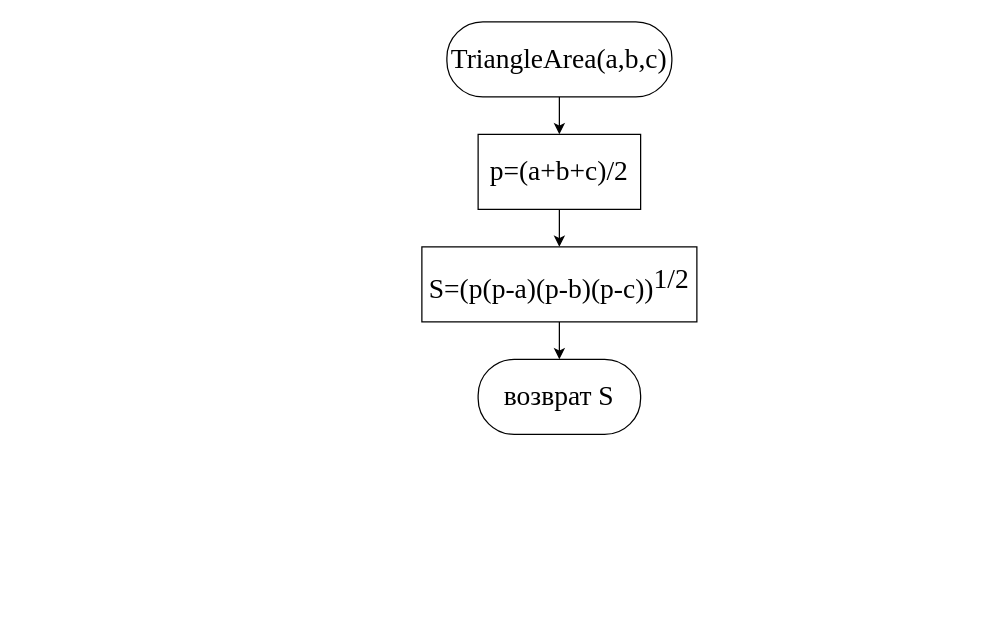
The draw.io diagram Функция.drawio in lenferer/draw.io, before the edit. Source tidied: cells renumbered, new cells numbered last; positions are measured from the earlier drawing's top-left corner, leaving out a move shared by most shapes. Both pictures are drawn from the tidied source at 125%, with x=0, y=0 at pixel (421, 21).
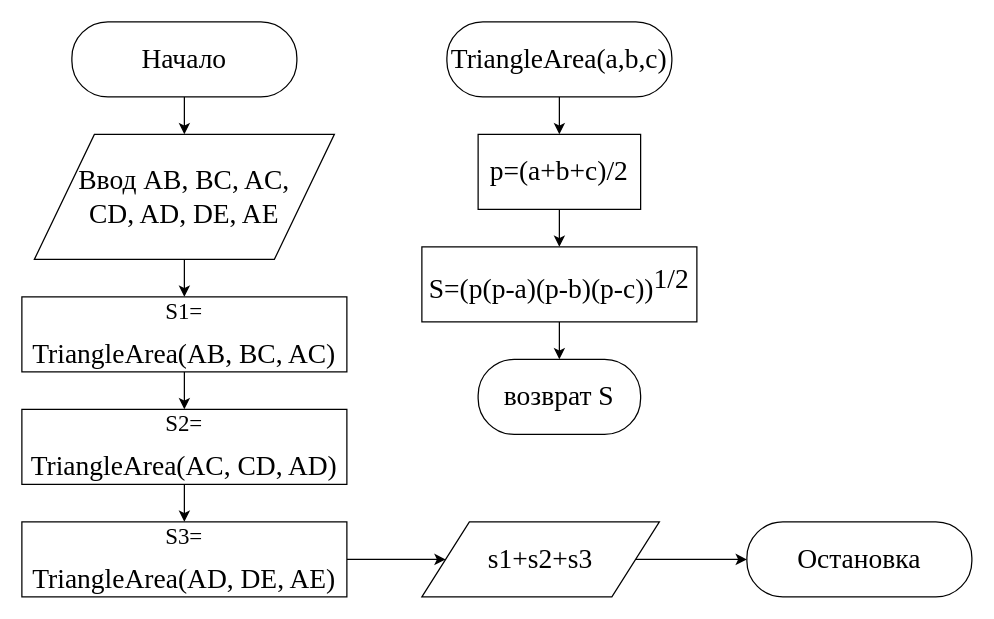
The same page after the edit.

Diff of the diagram source:
```diff
@@
+    <mxCell id="9" value="Остановка" style="rounded=1;whiteSpace=wrap;html=1;arcSize=48;fontFamily=Times New Roman;fontSize=22;" parent="1" vertex="1">
+      <mxGeometry x="260" y="400" width="180" height="60" as="geometry" />
+    </mxCell>
+    <mxCell id="10" style="edgeStyle=orthogonalEdgeStyle;rounded=0;jettySize=auto;html=1;exitX=0.5;exitY=1;exitDx=0;exitDy=0;entryX=0.5;entryY=0;entryDx=0;entryDy=0;fontFamily=Times New Roman;fontSize=22;" parent="1" edge="1" source="11" target="13">
+      <mxGeometry relative="1" as="geometry" />
+    </mxCell>
+    <mxCell id="11" value="Начало" style="rounded=1;whiteSpace=wrap;html=1;arcSize=48;fontFamily=Times New Roman;fontSize=22;" parent="1" vertex="1">
+      <mxGeometry x="-280" width="180" height="60" as="geometry" />
+    </mxCell>
+    <mxCell id="12" style="edgeStyle=orthogonalEdgeStyle;rounded=0;jettySize=auto;html=1;exitX=0.5;exitY=1;exitDx=0;exitDy=0;entryX=0.5;entryY=0;entryDx=0;entryDy=0;fontFamily=Times New Roman;fontSize=22;" parent="1" edge="1" source="13" target="15">
+      <mxGeometry relative="1" as="geometry" />
+    </mxCell>
+    <mxCell id="13" value="&lt;div&gt;Ввод AB, BC, AC,&lt;/div&gt;&lt;div&gt;CD, AD, DE, AE&lt;/div&gt;" style="shape=parallelogram;perimeter=parallelogramPerimeter;whiteSpace=wrap;html=1;fontFamily=Times New Roman;fontSize=22;" parent="1" vertex="1">
+      <mxGeometry x="-310" y="90" width="240" height="100" as="geometry" />
+    </mxCell>
+    <mxCell id="14" style="edgeStyle=orthogonalEdgeStyle;rounded=0;jettySize=auto;html=1;exitX=0.5;exitY=1;exitDx=0;exitDy=0;entryX=0.5;entryY=0;entryDx=0;entryDy=0;fontFamily=Times New Roman;fontSize=22;" parent="1" edge="1" source="15" target="17">
+      <mxGeometry relative="1" as="geometry" />
+    </mxCell>
+    <mxCell id="15" value="&lt;sup&gt;S1=&lt;br&gt;&lt;/sup&gt;TriangleArea(AB, BC, AC)" style="rounded=0;whiteSpace=wrap;html=1;fontFamily=Times New Roman;fontSize=22;" parent="1" vertex="1">
+      <mxGeometry x="-320" y="220" width="260" height="60" as="geometry" />
+    </mxCell>
+    <mxCell id="16" style="edgeStyle=orthogonalEdgeStyle;rounded=0;jettySize=auto;html=1;exitX=0.5;exitY=1;exitDx=0;exitDy=0;fontFamily=Times New Roman;fontSize=22;" parent="1" edge="1" source="17" target="19">
+      <mxGeometry relative="1" as="geometry" />
+    </mxCell>
+    <mxCell id="17" value="&lt;sup&gt;S2=&lt;br&gt;&lt;/sup&gt;TriangleArea(AC, CD, AD)" style="rounded=0;whiteSpace=wrap;html=1;fontFamily=Times New Roman;fontSize=22;" parent="1" vertex="1">
+      <mxGeometry x="-320" y="310" width="260" height="60" as="geometry" />
+    </mxCell>
+    <mxCell id="18" style="edgeStyle=orthogonalEdgeStyle;rounded=0;jettySize=auto;html=1;exitX=1;exitY=0.5;exitDx=0;exitDy=0;fontFamily=Times New Roman;fontSize=22;" parent="1" edge="1" source="19" target="21">
+      <mxGeometry relative="1" as="geometry" />
+    </mxCell>
+    <mxCell id="19" value="&lt;sup&gt;S3=&lt;br&gt;&lt;/sup&gt;TriangleArea(AD, DE, AE)" style="rounded=0;whiteSpace=wrap;html=1;fontFamily=Times New Roman;fontSize=22;" parent="1" vertex="1">
+      <mxGeometry x="-320" y="400" width="260" height="60" as="geometry" />
+    </mxCell>
+    <mxCell id="20" style="edgeStyle=orthogonalEdgeStyle;rounded=0;jettySize=auto;html=1;exitX=1;exitY=0.5;exitDx=0;exitDy=0;entryX=0;entryY=0.5;entryDx=0;entryDy=0;fontFamily=Times New Roman;fontSize=22;" parent="1" edge="1" source="21" target="9">
+      <mxGeometry relative="1" as="geometry" />
+    </mxCell>
+    <mxCell id="21" value="s1+s2+s3" style="shape=parallelogram;perimeter=parallelogramPerimeter;whiteSpace=wrap;html=1;fontFamily=Times New Roman;fontSize=22;" parent="1" vertex="1">
+      <mxGeometry y="400" width="190" height="60" as="geometry" />
+    </mxCell>
```
